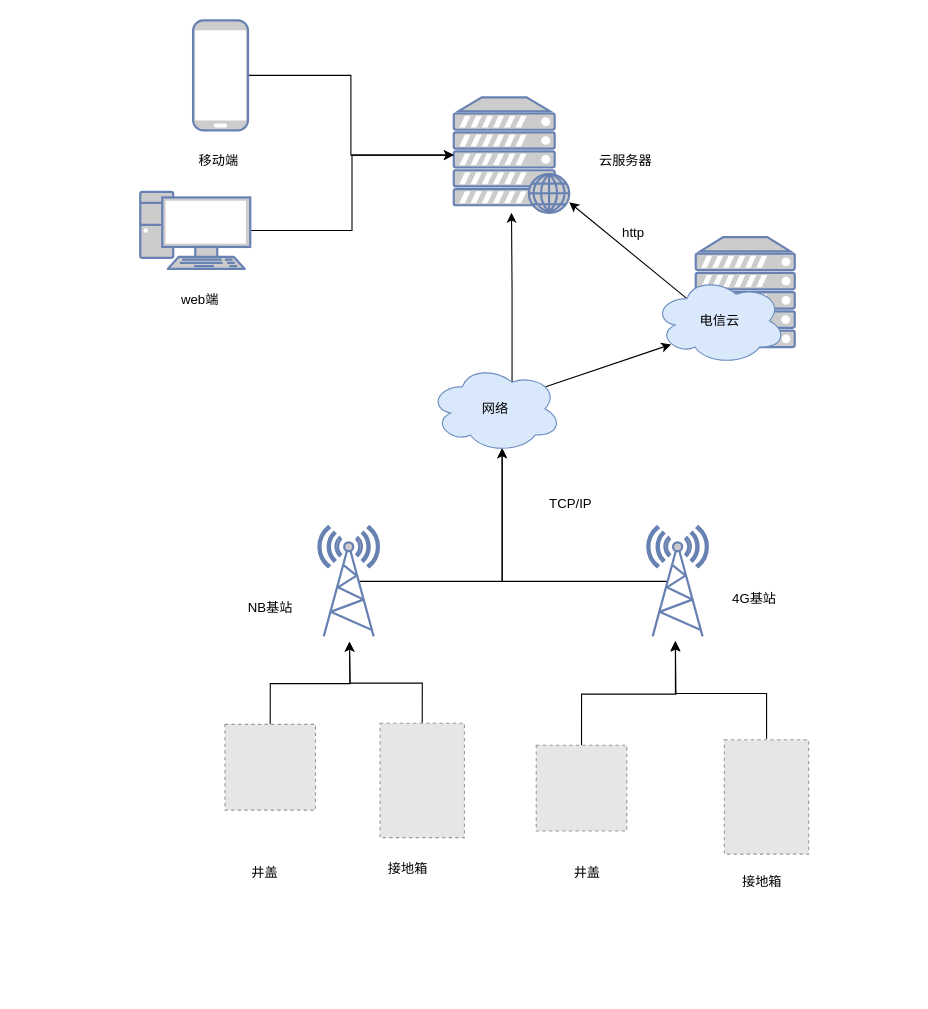
Before: page "拓扑图" (2 of 3) of 模块.drawio in viking-wj/software, a draw.io diagram. Source tidied: cells renumbered, new cells numbered last; positions are measured from the earlier drawing's top-left corner, leaving out a move shared by most shapes. Both pictures are drawn from the tidied source at 110%, with x=0, y=0 at pixel (140, 20). Pictures stored in the file or linked from it are replaced by grey dashed boxes.
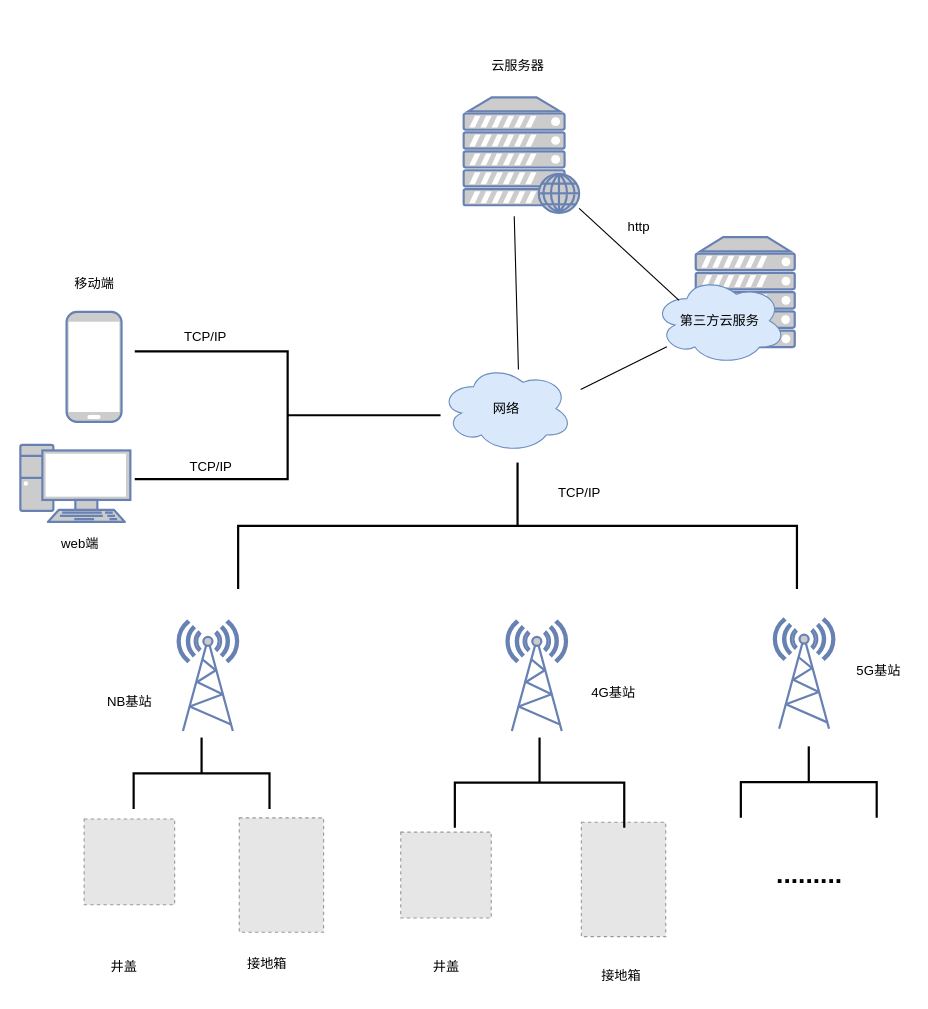
The same page after the edit.

What changed in the source:
```diff
@@
-    <mxCell id="2" style="edgeStyle=orthogonalEdgeStyle;rounded=0;jettySize=auto;html=1;exitX=0.5;exitY=0;exitDx=0;exitDy=0;entryX=0.5;entryY=1;entryDx=0;entryDy=0;" parent="1" edge="1" source="3">
-      <mxGeometry relative="1" as="geometry">
-        <mxPoint x="190.2" y="565" as="targetPoint" />
-      </mxGeometry>
-    </mxCell>
     <mxCell id="3" style="fillColor=#E6E6E6;strokeColor=#999999;dashed=1;verticalLabelPosition=bottom;labelBackgroundColor=default;verticalAlign=top;" parent="1" vertex="1">
-      <mxGeometry x="77" y="640" width="82.3" height="78" as="geometry" />
+      <mxGeometry x="-51" y="726" width="82.3" height="78" as="geometry" />
     </mxCell>
-    <mxCell id="4" style="edgeStyle=orthogonalEdgeStyle;rounded=0;jettySize=auto;html=1;exitX=0.5;exitY=0;exitDx=0;exitDy=0;" parent="1" edge="1" source="5">
-      <mxGeometry relative="1" as="geometry">
-        <mxPoint x="190.2" y="565" as="targetPoint" />
-      </mxGeometry>
-    </mxCell>
     <mxCell id="5" style="fillColor=#E6E6E6;strokeColor=#999999;dashed=1;verticalLabelPosition=bottom;labelBackgroundColor=default;verticalAlign=top;" parent="1" vertex="1">
-      <mxGeometry x="218" y="639" width="76.7" height="104" as="geometry" />
+      <mxGeometry x="90" y="725" width="76.7" height="104" as="geometry" />
     </mxCell>
-    <mxCell id="6" style="edgeStyle=orthogonalEdgeStyle;rounded=0;jettySize=auto;html=1;exitX=0.67;exitY=0.5;exitDx=0;exitDy=0;entryX=0.55;entryY=0.95;entryDx=0;entryDy=0;entryPerimeter=0;exitPerimeter=0;" parent="1" edge="1" source="30" target="14">
-      <mxGeometry relative="1" as="geometry" />
-    </mxCell>
-    <mxCell id="7" style="edgeStyle=orthogonalEdgeStyle;rounded=0;jettySize=auto;html=1;exitX=0.5;exitY=0;exitDx=0;exitDy=0;entryX=0.5;entryY=1;entryDx=0;entryDy=0;" parent="1" edge="1" source="8">
-      <mxGeometry relative="1" as="geometry">
-        <mxPoint x="486.5" y="565" as="targetPoint" />
-      </mxGeometry>
-    </mxCell>
     <mxCell id="8" style="fillColor=#E6E6E6;strokeColor=#999999;dashed=1;verticalLabelPosition=bottom;labelBackgroundColor=default;verticalAlign=top;" parent="1" vertex="1">
-      <mxGeometry x="360" y="659" width="82.3" height="78" as="geometry" />
+      <mxGeometry x="236.8" y="738" width="82.3" height="78" as="geometry" />
     </mxCell>
-    <mxCell id="9" style="edgeStyle=orthogonalEdgeStyle;rounded=0;orthogonalLoop=1;jettySize=auto;html=1;exitX=0.5;exitY=0;exitDx=0;exitDy=0;entryX=0.5;entryY=1;entryDx=0;entryDy=0;" parent="1" edge="1">
-      <mxGeometry relative="1" as="geometry">
-        <mxPoint x="569.4" y="653" as="sourcePoint" />
-        <mxPoint x="486.5" y="564" as="targetPoint" />
-        <Array as="points">
-          <mxPoint x="569" y="612" />
-          <mxPoint x="487" y="612" />
-        </Array>
-      </mxGeometry>
-    </mxCell>
     <mxCell id="10" style="fillColor=#E6E6E6;strokeColor=#999999;dashed=1;verticalLabelPosition=bottom;labelBackgroundColor=default;verticalAlign=top;" parent="1" vertex="1">
-      <mxGeometry x="531" y="654" width="76.7" height="104" as="geometry" />
+      <mxGeometry x="401" y="729" width="76.7" height="104" as="geometry" />
     </mxCell>
-    <mxCell id="11" style="edgeStyle=orthogonalEdgeStyle;rounded=0;jettySize=auto;html=1;entryX=0.55;entryY=0.95;entryDx=0;entryDy=0;entryPerimeter=0;exitX=0.33;exitY=0.5;exitDx=0;exitDy=0;exitPerimeter=0;" parent="1" edge="1" source="31" target="14">
-      <mxGeometry relative="1" as="geometry" />
-    </mxCell>
-    <mxCell id="12" style="edgeStyle=orthogonalEdgeStyle;rounded=0;jettySize=auto;html=1;exitX=0.625;exitY=0.2;exitDx=0;exitDy=0;exitPerimeter=0;" parent="1" edge="1" source="14" target="15">
-      <mxGeometry relative="1" as="geometry" />
-    </mxCell>
-    <mxCell id="13" style="edgeStyle=none;rounded=0;jettySize=auto;html=1;exitX=0.88;exitY=0.25;exitDx=0;exitDy=0;exitPerimeter=0;entryX=0.13;entryY=0.77;entryDx=0;entryDy=0;entryPerimeter=0;" parent="1" edge="1" source="14" target="35">
-      <mxGeometry relative="1" as="geometry" />
-    </mxCell>
     <mxCell id="14" value="网络" style="ellipse;shape=cloud;whiteSpace=wrap;html=1;fillColor=#dae8fc;strokeColor=#6c8ebf;" parent="1" vertex="1">
-      <mxGeometry x="263" y="313" width="120" height="80" as="geometry" />
+      <mxGeometry x="273" y="313" width="120" height="80" as="geometry" />
     </mxCell>
     <mxCell id="15" style="fontColor=#0066CC;verticalAlign=top;verticalLabelPosition=bottom;labelPosition=center;align=center;html=1;outlineConnect=0;fillColor=#CCCCCC;strokeColor=#6881B3;gradientColor=none;gradientDirection=north;strokeWidth=2;shape=mxgraph.networks.web_server;" parent="1" vertex="1">
-      <mxGeometry x="285" y="70" width="105" height="105" as="geometry" />
+      <mxGeometry x="294" y="70" width="105" height="105" as="geometry" />
     </mxCell>
-    <mxCell id="16" style="edgeStyle=orthogonalEdgeStyle;rounded=0;jettySize=auto;html=1;exitX=1;exitY=0.5;exitDx=0;exitDy=0;exitPerimeter=0;" parent="1" edge="1" source="17" target="15">
-      <mxGeometry relative="1" as="geometry" />
-    </mxCell>
     <mxCell id="17" style="fontColor=#0066CC;verticalAlign=top;verticalLabelPosition=bottom;labelPosition=center;align=center;html=1;outlineConnect=0;fillColor=#CCCCCC;strokeColor=#6881B3;gradientColor=none;gradientDirection=north;strokeWidth=2;shape=mxgraph.networks.pc;" parent="1" vertex="1">
-      <mxGeometry y="156" width="100" height="70" as="geometry" />
+      <mxGeometry x="-109" y="386" width="100" height="70" as="geometry" />
     </mxCell>
-    <mxCell id="18" style="edgeStyle=orthogonalEdgeStyle;rounded=0;jettySize=auto;html=1;exitX=1;exitY=0.5;exitDx=0;exitDy=0;exitPerimeter=0;entryX=0;entryY=0.5;entryDx=0;entryDy=0;entryPerimeter=0;" parent="1" edge="1" source="19" target="15">
-      <mxGeometry relative="1" as="geometry" />
-    </mxCell>
     <mxCell id="19" style="fontColor=#0066CC;verticalAlign=top;verticalLabelPosition=bottom;labelPosition=center;align=center;html=1;outlineConnect=0;fillColor=#CCCCCC;strokeColor=#6881B3;gradientColor=none;gradientDirection=north;strokeWidth=2;shape=mxgraph.networks.mobile;" parent="1" vertex="1">
-      <mxGeometry x="48" width="50" height="100" as="geometry" />
+      <mxGeometry x="-67" y="265" width="50" height="100" as="geometry" />
     </mxCell>
     <mxCell id="20" value="NB基站" style="text;html=1;align=center;verticalAlign=middle;strokeColor=none;fillColor=none;" parent="1" vertex="1">
-      <mxGeometry x="88.7" y="521" width="59" height="26" as="geometry" />
+      <mxGeometry x="-39.3" y="607" width="59" height="26" as="geometry" />
     </mxCell>
     <mxCell id="21" value="4G基站" style="text;html=1;align=center;verticalAlign=middle;strokeColor=none;fillColor=none;" parent="1" vertex="1">
-      <mxGeometry x="529" y="513" width="58" height="26" as="geometry" />
+      <mxGeometry x="401" y="599" width="58" height="26" as="geometry" />
     </mxCell>
     <mxCell id="22" value="井盖" style="text;html=1;align=center;verticalAlign=middle;strokeColor=none;fillColor=none;" parent="1" vertex="1">
-      <mxGeometry x="92" y="762" width="42" height="26" as="geometry" />
+      <mxGeometry x="-36" y="848" width="42" height="26" as="geometry" />
     </mxCell>
     <mxCell id="23" value="接地箱" style="text;html=1;align=center;verticalAlign=middle;strokeColor=none;fillColor=none;" parent="1" vertex="1">
-      <mxGeometry x="216" y="759" width="54" height="26" as="geometry" />
+      <mxGeometry x="88" y="845" width="54" height="26" as="geometry" />
     </mxCell>
     <mxCell id="24" value="井盖" style="text;html=1;align=center;verticalAlign=middle;strokeColor=none;fillColor=none;" parent="1" vertex="1">
-      <mxGeometry x="385" y="762" width="42" height="26" as="geometry" />
+      <mxGeometry x="257" y="848" width="42" height="26" as="geometry" />
     </mxCell>
     <mxCell id="25" value="接地箱" style="text;html=1;align=center;verticalAlign=middle;strokeColor=none;fillColor=none;" parent="1" vertex="1">
-      <mxGeometry x="538" y="770" width="54" height="26" as="geometry" />
+      <mxGeometry x="410" y="856" width="54" height="26" as="geometry" />
     </mxCell>
     <mxCell id="26" value="云服务器" style="text;html=1;align=center;verticalAlign=middle;strokeColor=none;fillColor=none;" parent="1" vertex="1">
-      <mxGeometry x="408" y="115" width="66" height="26" as="geometry" />
+      <mxGeometry x="310" y="29" width="66" height="26" as="geometry" />
     </mxCell>
     <mxCell id="27" value="web端" style="text;html=1;align=center;verticalAlign=middle;strokeColor=none;fillColor=none;" parent="1" vertex="1">
-      <mxGeometry x="28" y="241" width="52" height="26" as="geometry" />
+      <mxGeometry x="-81" y="463" width="52" height="26" as="geometry" />
     </mxCell>
     <mxCell id="28" value="移动端" style="text;html=1;align=center;verticalAlign=middle;strokeColor=none;fillColor=none;" parent="1" vertex="1">
-      <mxGeometry x="44" y="115" width="54" height="26" as="geometry" />
+      <mxGeometry x="-69" y="227" width="54" height="26" as="geometry" />
     </mxCell>
-    <mxCell id="29" value="TCP/IP" style="text;html=1;align=center;verticalAlign=middle;strokeColor=none;fillColor=none;" parent="1" vertex="1">
-      <mxGeometry x="362" y="427" width="57" height="26" as="geometry" />
-    </mxCell>
     <mxCell id="30" style="fontColor=#0066CC;verticalAlign=top;verticalLabelPosition=bottom;labelPosition=center;align=center;html=1;outlineConnect=0;fillColor=#CCCCCC;strokeColor=#6881B3;gradientColor=none;gradientDirection=north;strokeWidth=2;shape=mxgraph.networks.radio_tower;" parent="1" vertex="1">
-      <mxGeometry x="162" y="460" width="55" height="100" as="geometry" />
+      <mxGeometry x="34" y="546" width="55" height="100" as="geometry" />
     </mxCell>
     <mxCell id="31" style="fontColor=#0066CC;verticalAlign=top;verticalLabelPosition=bottom;labelPosition=center;align=center;html=1;outlineConnect=0;fillColor=#CCCCCC;strokeColor=#6881B3;gradientColor=none;gradientDirection=north;strokeWidth=2;shape=mxgraph.networks.radio_tower;" parent="1" vertex="1">
-      <mxGeometry x="461" y="460" width="55" height="100" as="geometry" />
+      <mxGeometry x="333" y="546" width="55" height="100" as="geometry" />
     </mxCell>
-    <mxCell id="32" style="edgeStyle=none;rounded=0;jettySize=auto;html=1;exitX=0.25;exitY=0.25;exitDx=0;exitDy=0;exitPerimeter=0;" parent="1" edge="1" source="35" target="15">
-      <mxGeometry relative="1" as="geometry" />
-    </mxCell>
     <mxCell id="33" value="http" style="text;html=1;align=center;verticalAlign=middle;strokeColor=none;fillColor=none;" parent="1" vertex="1">
-      <mxGeometry x="429" y="180" width="38" height="26" as="geometry" />
+      <mxGeometry x="434" y="175" width="38" height="26" as="geometry" />
     </mxCell>
@@
-    <mxCell id="35" value="电信云" style="ellipse;shape=cloud;whiteSpace=wrap;html=1;fillColor=#dae8fc;strokeColor=#6c8ebf;" parent="1" vertex="1">
+    <mxCell id="35" value="第三方云服务" style="ellipse;shape=cloud;whiteSpace=wrap;html=1;fillColor=#dae8fc;strokeColor=#6c8ebf;" parent="1" vertex="1">
       <mxGeometry x="467" y="233" width="120" height="80" as="geometry" />
     </mxCell>
+    <mxCell id="36" value="TCP/IP" style="text;html=1;align=center;verticalAlign=middle;strokeColor=none;fillColor=none;" parent="1" vertex="1">
+      <mxGeometry x="30" y="275" width="57" height="26" as="geometry" />
+    </mxCell>
+    <mxCell id="37" value="TCP/IP" style="text;html=1;align=center;verticalAlign=middle;strokeColor=none;fillColor=none;" parent="1" vertex="1">
+      <mxGeometry x="35" y="393" width="57" height="26" as="geometry" />
+    </mxCell>
+    <mxCell id="38" style="strokeWidth=2;html=1;shape=mxgraph.flowchart.annotation_2;align=left;labelPosition=right;flipV=1;flipH=1;" parent="1" vertex="1">
+      <mxGeometry x="-5" y="301" width="278" height="116" as="geometry" />
+    </mxCell>
+    <mxCell id="39" style="strokeWidth=2;html=1;shape=mxgraph.flowchart.annotation_2;align=left;labelPosition=right;flipH=0;flipV=0;direction=south;" parent="1" vertex="1">
+      <mxGeometry x="-6" y="652" width="123.5" height="65" as="geometry" />
+    </mxCell>
+    <mxCell id="40" style="strokeWidth=2;html=1;shape=mxgraph.flowchart.annotation_2;align=left;labelPosition=right;direction=south;" parent="1" vertex="1">
+      <mxGeometry x="286" y="652" width="154" height="82" as="geometry" />
+    </mxCell>
+    <mxCell id="41" style="strokeWidth=2;html=1;shape=mxgraph.flowchart.annotation_2;align=left;labelPosition=right;direction=south;" parent="1" vertex="1">
+      <mxGeometry x="89" y="402" width="508" height="115" as="geometry" />
+    </mxCell>
+    <mxCell id="42" value="TCP/IP" style="text;html=1;align=center;verticalAlign=middle;strokeColor=none;fillColor=none;" parent="1" vertex="1">
+      <mxGeometry x="370.6" y="417" width="57" height="26" as="geometry" />
+    </mxCell>
+    <mxCell id="43" style="endArrow=none;html=1;rounded=0;exitX=-0.577;exitY=0.387;exitDx=0;exitDy=0;exitPerimeter=0;" parent="1" edge="1" source="41" target="35">
+      <mxGeometry relative="1" as="geometry" />
+    </mxCell>
+    <mxCell id="44" style="endArrow=none;html=1;rounded=0;entryX=0.19;entryY=0.269;entryDx=0;entryDy=0;entryPerimeter=0;" parent="1" edge="1" source="15" target="35">
+      <mxGeometry relative="1" as="geometry" />
+    </mxCell>
+    <mxCell id="45" style="endArrow=none;html=1;rounded=0;exitX=-0.813;exitY=0.484;exitDx=0;exitDy=0;exitPerimeter=0;" parent="1" edge="1">
+      <mxGeometry relative="1" as="geometry">
+        <mxPoint x="343.8" y="317.5" as="sourcePoint" />
+        <mxPoint x="340" y="178" as="targetPoint" />
+      </mxGeometry>
+    </mxCell>
+    <mxCell id="46" style="fontColor=#0066CC;verticalAlign=top;verticalLabelPosition=bottom;labelPosition=center;align=center;html=1;fillColor=#CCCCCC;strokeColor=#6881B3;gradientColor=none;gradientDirection=north;strokeWidth=2;shape=mxgraph.networks.radio_tower;" parent="1" vertex="1">
+      <mxGeometry x="576" y="544" width="55" height="100" as="geometry" />
+    </mxCell>
+    <mxCell id="47" value="5G基站" style="text;html=1;align=center;verticalAlign=middle;strokeColor=none;fillColor=none;" parent="1" vertex="1">
+      <mxGeometry x="642" y="579" width="58" height="26" as="geometry" />
+    </mxCell>
+    <mxCell id="48" style="strokeWidth=2;html=1;shape=mxgraph.flowchart.annotation_2;align=left;labelPosition=right;flipH=0;flipV=0;direction=south;" parent="1" vertex="1">
+      <mxGeometry x="546" y="660" width="123.5" height="65" as="geometry" />
+    </mxCell>
+    <mxCell id="49" value="&lt;b&gt;.........&lt;/b&gt;" style="text;html=1;align=center;verticalAlign=middle;strokeColor=none;fillColor=none;fontSize=24;" parent="1" vertex="1">
+      <mxGeometry x="568.8" y="756.5" width="78" height="41" as="geometry" />
+    </mxCell>
```
